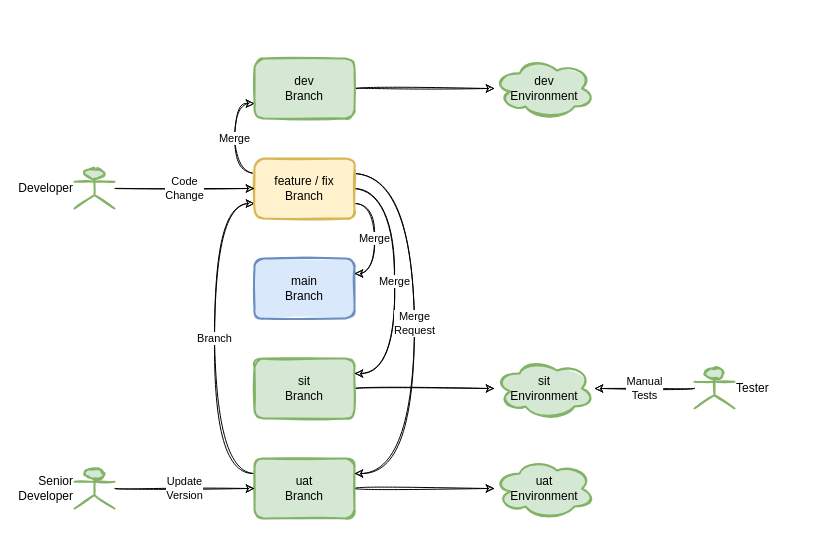
andylke/docs-gitlab-flow keeps this draw.io diagram as page "04-hotfix-flow" (4 of 5) of gitlab-flow.drawio. Above is the earlier version. Source tidied: cells renumbered, new cells numbered last; positions are measured from the earlier drawing's top-left corner, leaving out a move shared by most shapes. Both pictures are drawn from the tidied source at 100%, with x=0, y=0 at pixel (74, 58).
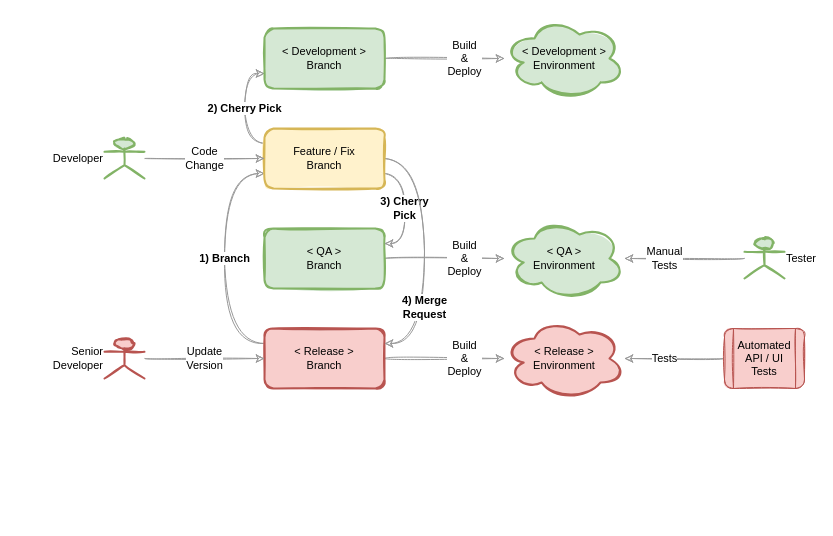
Above is the later version.

Diff of the diagram source:
```diff
@@
+    <mxCell id="3" value="1) Branch" style="edgeStyle=orthogonalEdgeStyle;curved=1;sketch=1;jettySize=auto;html=1;exitX=0;exitY=0.25;exitDx=0;exitDy=0;entryX=0;entryY=0.75;entryDx=0;entryDy=0;fontSize=11;strokeColor=#999999;fontStyle=1;" parent="1" edge="1" source="4" target="12">
+      <mxGeometry relative="1" as="geometry">
+        <Array as="points">
+          <mxPoint x="150" y="285" />
+          <mxPoint x="150" y="115" />
+        </Array>
+      </mxGeometry>
+    </mxCell>
-    <mxCell id="2" style="edgeStyle=orthogonalEdgeStyle;curved=1;sketch=1;jettySize=auto;html=1;exitX=1;exitY=0.5;exitDx=0;exitDy=0;fontSize=12;fontColor=#000000;" parent="1" edge="1" source="4" target="17">
-      <mxGeometry relative="1" as="geometry" />
+    <mxCell id="2" value="Build&lt;br&gt;&amp;amp; &lt;br&gt;Deploy" style="edgeStyle=orthogonalEdgeStyle;curved=1;sketch=1;jettySize=auto;html=1;fontSize=11;strokeColor=#999999;" parent="1" edge="1" source="4" target="17">
+      <mxGeometry x="0.33" relative="1" as="geometry" />
     </mxCell>
-    <mxCell id="3" value="Branch" style="edgeStyle=orthogonalEdgeStyle;curved=1;sketch=1;jettySize=auto;html=1;exitX=0;exitY=0.25;exitDx=0;exitDy=0;entryX=0;entryY=0.75;entryDx=0;entryDy=0;" parent="1" edge="1" source="4" target="12">
-      <mxGeometry relative="1" as="geometry">
-        <Array as="points">
-          <mxPoint x="140" y="415" />
-          <mxPoint x="140" y="145" />
-        </Array>
-      </mxGeometry>
-    </mxCell>
-    <mxCell id="4" value="uat&lt;br&gt;Branch" style="rounded=1;whiteSpace=wrap;html=1;sketch=1;fontSize=12;strokeColor=#82b366;strokeWidth=2;fillColor=#d5e8d4;fillStyle=solid;" parent="1" vertex="1">
-      <mxGeometry x="180" y="400" width="100" height="60" as="geometry" />
+    <mxCell id="4" value="&amp;lt; Release &amp;gt;&lt;br style=&quot;font-size: 11px;&quot;&gt;Branch" style="rounded=1;whiteSpace=wrap;html=1;sketch=1;fontSize=11;strokeColor=#b85450;strokeWidth=2;fillColor=#f8cecc;fillStyle=solid;" parent="1" vertex="1">
+      <mxGeometry x="190" y="270" width="120" height="60" as="geometry" />
     </mxCell>
-    <mxCell id="5" style="edgeStyle=orthogonalEdgeStyle;curved=1;sketch=1;jettySize=auto;html=1;fontSize=12;fontColor=#000000;" parent="1" edge="1" source="6" target="16">
-      <mxGeometry relative="1" as="geometry" />
+    <mxCell id="5" value="Build&lt;br&gt;&amp;amp;&lt;br&gt;Deploy" style="edgeStyle=orthogonalEdgeStyle;curved=1;sketch=1;jettySize=auto;html=1;fontSize=11;strokeColor=#999999;" parent="1" edge="1" source="6" target="16">
+      <mxGeometry x="0.33" relative="1" as="geometry" />
     </mxCell>
-    <mxCell id="6" value="sit&lt;br&gt;Branch" style="rounded=1;whiteSpace=wrap;html=1;sketch=1;fontSize=12;strokeColor=#82b366;strokeWidth=2;fillColor=#d5e8d4;fillStyle=solid;" parent="1" vertex="1">
-      <mxGeometry x="180" y="300" width="100" height="60" as="geometry" />
+    <mxCell id="6" value="&amp;lt; QA &amp;gt;&lt;br style=&quot;font-size: 11px;&quot;&gt;Branch" style="rounded=1;whiteSpace=wrap;html=1;sketch=1;fontSize=11;strokeColor=#82b366;strokeWidth=2;fillColor=#d5e8d4;fillStyle=solid;" parent="1" vertex="1">
+      <mxGeometry x="190" y="170" width="120" height="60" as="geometry" />
     </mxCell>
-    <mxCell id="7" value="main&lt;br&gt;Branch" style="rounded=1;whiteSpace=wrap;html=1;sketch=1;fontSize=12;strokeColor=#6c8ebf;strokeWidth=2;fillColor=#dae8fc;fillStyle=solid;" parent="1" vertex="1">
-      <mxGeometry x="180" y="200" width="100" height="60" as="geometry" />
-    </mxCell>
-    <mxCell id="8" value="Merge" style="edgeStyle=orthogonalEdgeStyle;curved=1;sketch=1;jettySize=auto;html=1;exitX=1;exitY=0.75;exitDx=0;exitDy=0;entryX=1;entryY=0.25;entryDx=0;entryDy=0;" parent="1" edge="1" source="12" target="7">
-      <mxGeometry relative="1" as="geometry" />
-    </mxCell>
+    <mxCell id="11" value="2) Cherry Pick" style="edgeStyle=orthogonalEdgeStyle;sketch=1;jettySize=auto;html=1;exitX=0;exitY=0.25;exitDx=0;exitDy=0;entryX=0;entryY=0.75;entryDx=0;entryDy=0;strokeColor=#999999;curved=1;fontSize=11;fontStyle=1;" parent="1" edge="1" source="12" target="14">
+      <mxGeometry relative="1" as="geometry" />
+    </mxCell>
-    <mxCell id="9" value="Merge" style="edgeStyle=orthogonalEdgeStyle;curved=1;sketch=1;jettySize=auto;html=1;exitX=1;exitY=0.5;exitDx=0;exitDy=0;entryX=1;entryY=0.25;entryDx=0;entryDy=0;" parent="1" edge="1" source="12" target="6">
-      <mxGeometry relative="1" as="geometry">
-        <Array as="points">
-          <mxPoint x="320" y="130" />
-          <mxPoint x="320" y="315" />
-        </Array>
-      </mxGeometry>
+    <mxCell id="9" value="3) Cherry &lt;br&gt;Pick" style="edgeStyle=orthogonalEdgeStyle;curved=1;sketch=1;jettySize=auto;html=1;exitX=1;exitY=0.75;exitDx=0;exitDy=0;entryX=1;entryY=0.25;entryDx=0;entryDy=0;fontSize=11;strokeColor=#999999;fontStyle=1;" parent="1" edge="1" source="12" target="6">
+      <mxGeometry relative="1" as="geometry" />
     </mxCell>
-    <mxCell id="10" value="Merge&lt;br&gt;Request" style="edgeStyle=orthogonalEdgeStyle;curved=1;sketch=1;jettySize=auto;html=1;exitX=1;exitY=0.25;exitDx=0;exitDy=0;entryX=1;entryY=0.25;entryDx=0;entryDy=0;" parent="1" edge="1" source="12" target="4">
-      <mxGeometry relative="1" as="geometry">
+    <mxCell id="10" value="4) Merge&lt;br&gt;Request" style="edgeStyle=orthogonalEdgeStyle;curved=1;sketch=1;jettySize=auto;html=1;exitX=1;exitY=0.5;exitDx=0;exitDy=0;entryX=1;entryY=0.25;entryDx=0;entryDy=0;fontSize=11;strokeColor=#999999;fontStyle=1;" parent="1" edge="1" source="12" target="4">
+      <mxGeometry x="0.43" relative="1" as="geometry">
         <Array as="points">
-          <mxPoint x="340" y="115" />
-          <mxPoint x="340" y="415" />
+          <mxPoint x="350" y="100" />
+          <mxPoint x="350" y="285" />
         </Array>
       </mxGeometry>
     </mxCell>
-    <mxCell id="11" value="Merge" style="edgeStyle=orthogonalEdgeStyle;curved=1;sketch=1;jettySize=auto;html=1;exitX=0;exitY=0.25;exitDx=0;exitDy=0;entryX=0;entryY=0.75;entryDx=0;entryDy=0;" parent="1" edge="1" source="12" target="14">
-      <mxGeometry relative="1" as="geometry">
-        <Array as="points">
-          <mxPoint x="160" y="115" />
-          <mxPoint x="160" y="45" />
-        </Array>
-      </mxGeometry>
-    </mxCell>
-    <mxCell id="12" value="feature / fix&lt;br&gt;Branch" style="rounded=1;whiteSpace=wrap;html=1;sketch=1;fontSize=12;strokeColor=#d6b656;strokeWidth=2;fillColor=#fff2cc;fillStyle=solid;" parent="1" vertex="1">
-      <mxGeometry x="180" y="100" width="100" height="60" as="geometry" />
+    <mxCell id="12" value="Feature / Fix&lt;br style=&quot;font-size: 11px;&quot;&gt;Branch" style="rounded=1;whiteSpace=wrap;html=1;sketch=1;fontSize=11;strokeColor=#d6b656;strokeWidth=2;fillColor=#fff2cc;fillStyle=solid;" parent="1" vertex="1">
+      <mxGeometry x="190" y="70" width="120" height="60" as="geometry" />
     </mxCell>
-    <mxCell id="13" style="edgeStyle=orthogonalEdgeStyle;curved=1;sketch=1;jettySize=auto;html=1;fontSize=12;fontColor=#000000;" parent="1" edge="1" source="14" target="15">
-      <mxGeometry relative="1" as="geometry" />
+    <mxCell id="13" value="Build&lt;br style=&quot;font-size: 11px;&quot;&gt;&amp;amp;&lt;br style=&quot;font-size: 11px;&quot;&gt;Deploy" style="edgeStyle=orthogonalEdgeStyle;curved=1;sketch=1;jettySize=auto;html=1;fontSize=11;fontColor=#000000;strokeColor=#999999;" parent="1" edge="1" source="14" target="15">
+      <mxGeometry x="0.33" relative="1" as="geometry" />
     </mxCell>
-    <mxCell id="14" value="dev&lt;br&gt;Branch" style="rounded=1;whiteSpace=wrap;html=1;sketch=1;fontSize=12;strokeColor=#82b366;strokeWidth=2;fillColor=#d5e8d4;fillStyle=solid;" parent="1" vertex="1">
-      <mxGeometry x="180" width="100" height="60" as="geometry" />
+    <mxCell id="14" value="&amp;lt; Development &amp;gt;&lt;br style=&quot;font-size: 11px;&quot;&gt;Branch" style="rounded=1;whiteSpace=wrap;html=1;sketch=1;fontSize=11;strokeColor=#82b366;strokeWidth=2;fillColor=#d5e8d4;fillStyle=solid;" parent="1" vertex="1">
+      <mxGeometry x="190" y="-30" width="120" height="60" as="geometry" />
     </mxCell>
-    <mxCell id="15" value="dev&lt;br&gt;Environment" style="ellipse;shape=cloud;whiteSpace=wrap;html=1;rounded=1;sketch=1;fontSize=12;strokeColor=#82b366;strokeWidth=2;fillColor=#d5e8d4;fillStyle=solid;" parent="1" vertex="1">
-      <mxGeometry x="420" width="100" height="60" as="geometry" />
+    <mxCell id="15" value="&amp;lt; Development &amp;gt;&lt;br style=&quot;font-size: 11px;&quot;&gt;Environment" style="ellipse;shape=cloud;whiteSpace=wrap;html=1;rounded=1;sketch=1;fontSize=11;strokeColor=#82b366;strokeWidth=2;fillColor=#d5e8d4;fillStyle=solid;" parent="1" vertex="1">
+      <mxGeometry x="430" y="-40" width="120" height="80" as="geometry" />
     </mxCell>
-    <mxCell id="16" value="sit&lt;br&gt;Environment" style="ellipse;shape=cloud;whiteSpace=wrap;html=1;rounded=1;sketch=1;fontSize=12;strokeColor=#82b366;strokeWidth=2;fillColor=#d5e8d4;fillStyle=solid;" parent="1" vertex="1">
-      <mxGeometry x="420" y="300" width="100" height="60" as="geometry" />
+    <mxCell id="16" value="&amp;lt; QA &amp;gt;&lt;br style=&quot;font-size: 11px;&quot;&gt;Environment" style="ellipse;shape=cloud;whiteSpace=wrap;html=1;rounded=1;sketch=1;fontSize=11;strokeColor=#82b366;strokeWidth=2;fillColor=#d5e8d4;fillStyle=solid;" parent="1" vertex="1">
+      <mxGeometry x="430" y="160" width="120" height="80" as="geometry" />
     </mxCell>
-    <mxCell id="17" value="uat&lt;br&gt;Environment" style="ellipse;shape=cloud;whiteSpace=wrap;html=1;rounded=1;sketch=1;fontSize=12;strokeColor=#82b366;strokeWidth=2;fillColor=#d5e8d4;fillStyle=solid;" parent="1" vertex="1">
-      <mxGeometry x="420" y="400" width="100" height="60" as="geometry" />
+    <mxCell id="17" value="&amp;lt; Release &amp;gt;&lt;br style=&quot;font-size: 11px;&quot;&gt;Environment" style="ellipse;shape=cloud;whiteSpace=wrap;html=1;rounded=1;sketch=1;fontSize=11;strokeColor=#b85450;strokeWidth=2;fillColor=#f8cecc;fillStyle=solid;" parent="1" vertex="1">
+      <mxGeometry x="430" y="260" width="120" height="80" as="geometry" />
     </mxCell>
-    <mxCell id="18" value="Code &lt;br&gt;Change" style="edgeStyle=orthogonalEdgeStyle;curved=1;sketch=1;jettySize=auto;html=1;" parent="1" edge="1" source="19" target="12">
+    <mxCell id="18" value="Code &lt;br style=&quot;font-size: 11px;&quot;&gt;Change" style="edgeStyle=orthogonalEdgeStyle;curved=1;sketch=1;jettySize=auto;html=1;fontSize=11;strokeColor=#999999;" parent="1" edge="1" source="19" target="12">
       <mxGeometry relative="1" as="geometry" />
     </mxCell>
-    <mxCell id="19" value="Developer" style="shape=umlActor;verticalLabelPosition=middle;verticalAlign=middle;html=1;outlineConnect=0;sketch=1;labelPosition=left;align=right;fillColor=#d5e8d4;strokeColor=#82b366;strokeWidth=2;fillStyle=solid;" parent="1" vertex="1">
-      <mxGeometry y="110" width="40" height="40" as="geometry" />
+    <mxCell id="19" value="Developer" style="shape=umlActor;verticalLabelPosition=middle;verticalAlign=middle;html=1;outlineConnect=0;sketch=1;labelPosition=left;align=right;fillColor=#d5e8d4;strokeColor=#82b366;strokeWidth=2;fillStyle=solid;fontSize=11;" parent="1" vertex="1">
+      <mxGeometry x="30" y="80" width="40" height="40" as="geometry" />
     </mxCell>
-    <mxCell id="20" value="Update&lt;br&gt;Version" style="edgeStyle=orthogonalEdgeStyle;curved=1;sketch=1;jettySize=auto;html=1;" parent="1" edge="1" source="21" target="4">
+    <mxCell id="20" value="Update&lt;br style=&quot;font-size: 11px;&quot;&gt;Version" style="edgeStyle=orthogonalEdgeStyle;curved=1;sketch=1;jettySize=auto;html=1;fontSize=11;strokeColor=#999999;" parent="1" edge="1" source="21" target="4">
       <mxGeometry relative="1" as="geometry" />
     </mxCell>
-    <mxCell id="21" value="Senior&lt;br&gt;Developer" style="shape=umlActor;verticalLabelPosition=middle;verticalAlign=middle;html=1;outlineConnect=0;sketch=1;labelPosition=left;align=right;strokeWidth=2;fillColor=#d5e8d4;strokeColor=#82b366;fillStyle=solid;" parent="1" vertex="1">
-      <mxGeometry y="410" width="40" height="40" as="geometry" />
+    <mxCell id="21" value="Senior&lt;br style=&quot;font-size: 11px;&quot;&gt;Developer" style="shape=umlActor;verticalLabelPosition=middle;verticalAlign=middle;html=1;outlineConnect=0;sketch=1;labelPosition=left;align=right;strokeWidth=2;fillColor=#f8cecc;strokeColor=#b85450;fillStyle=solid;fontSize=11;" parent="1" vertex="1">
+      <mxGeometry x="30" y="280" width="40" height="40" as="geometry" />
     </mxCell>
-    <mxCell id="22" value="Manual&lt;br&gt;Tests" style="edgeStyle=orthogonalEdgeStyle;curved=1;sketch=1;jettySize=auto;html=1;" parent="1" edge="1" source="23" target="16">
-      <mxGeometry relative="1" as="geometry" />
+    <mxCell id="22" value="Manual&lt;br style=&quot;font-size: 11px;&quot;&gt;Tests" style="edgeStyle=orthogonalEdgeStyle;curved=1;sketch=1;jettySize=auto;html=1;strokeColor=#999999;fontSize=11;" parent="1" edge="1" source="23" target="16">
+      <mxGeometry x="0.33" relative="1" as="geometry" />
     </mxCell>
-    <mxCell id="23" value="Tester" style="shape=umlActor;verticalLabelPosition=middle;verticalAlign=middle;html=1;outlineConnect=0;sketch=1;labelPosition=right;align=left;fillColor=#d5e8d4;strokeColor=#82b366;strokeWidth=2;fillStyle=solid;" parent="1" vertex="1">
-      <mxGeometry x="620" y="310" width="40" height="40" as="geometry" />
+    <mxCell id="23" value="Tester" style="shape=umlActor;verticalLabelPosition=middle;verticalAlign=middle;html=1;outlineConnect=0;sketch=1;labelPosition=right;align=left;fillColor=#d5e8d4;strokeColor=#82b366;strokeWidth=2;fillStyle=solid;fontSize=11;" parent="1" vertex="1">
+      <mxGeometry x="670" y="180" width="40" height="40" as="geometry" />
     </mxCell>
+    <mxCell id="24" value="Tests" style="edgeStyle=orthogonalEdgeStyle;curved=1;sketch=1;jettySize=auto;html=1;exitX=0;exitY=0.5;exitDx=0;exitDy=0;strokeColor=#999999;fontSize=11;" parent="1" edge="1" source="25" target="17">
+      <mxGeometry x="0.2" relative="1" as="geometry" />
+    </mxCell>
+    <mxCell id="25" value="Automated&lt;br style=&quot;font-size: 11px;&quot;&gt;API / UI Tests" style="shape=process;whiteSpace=wrap;html=1;backgroundOutline=1;rounded=1;sketch=1;fillColor=#f8cecc;strokeColor=#b85450;fillStyle=solid;fontSize=11;" parent="1" vertex="1">
+      <mxGeometry x="650" y="270" width="80" height="60" as="geometry" />
+    </mxCell>
```
